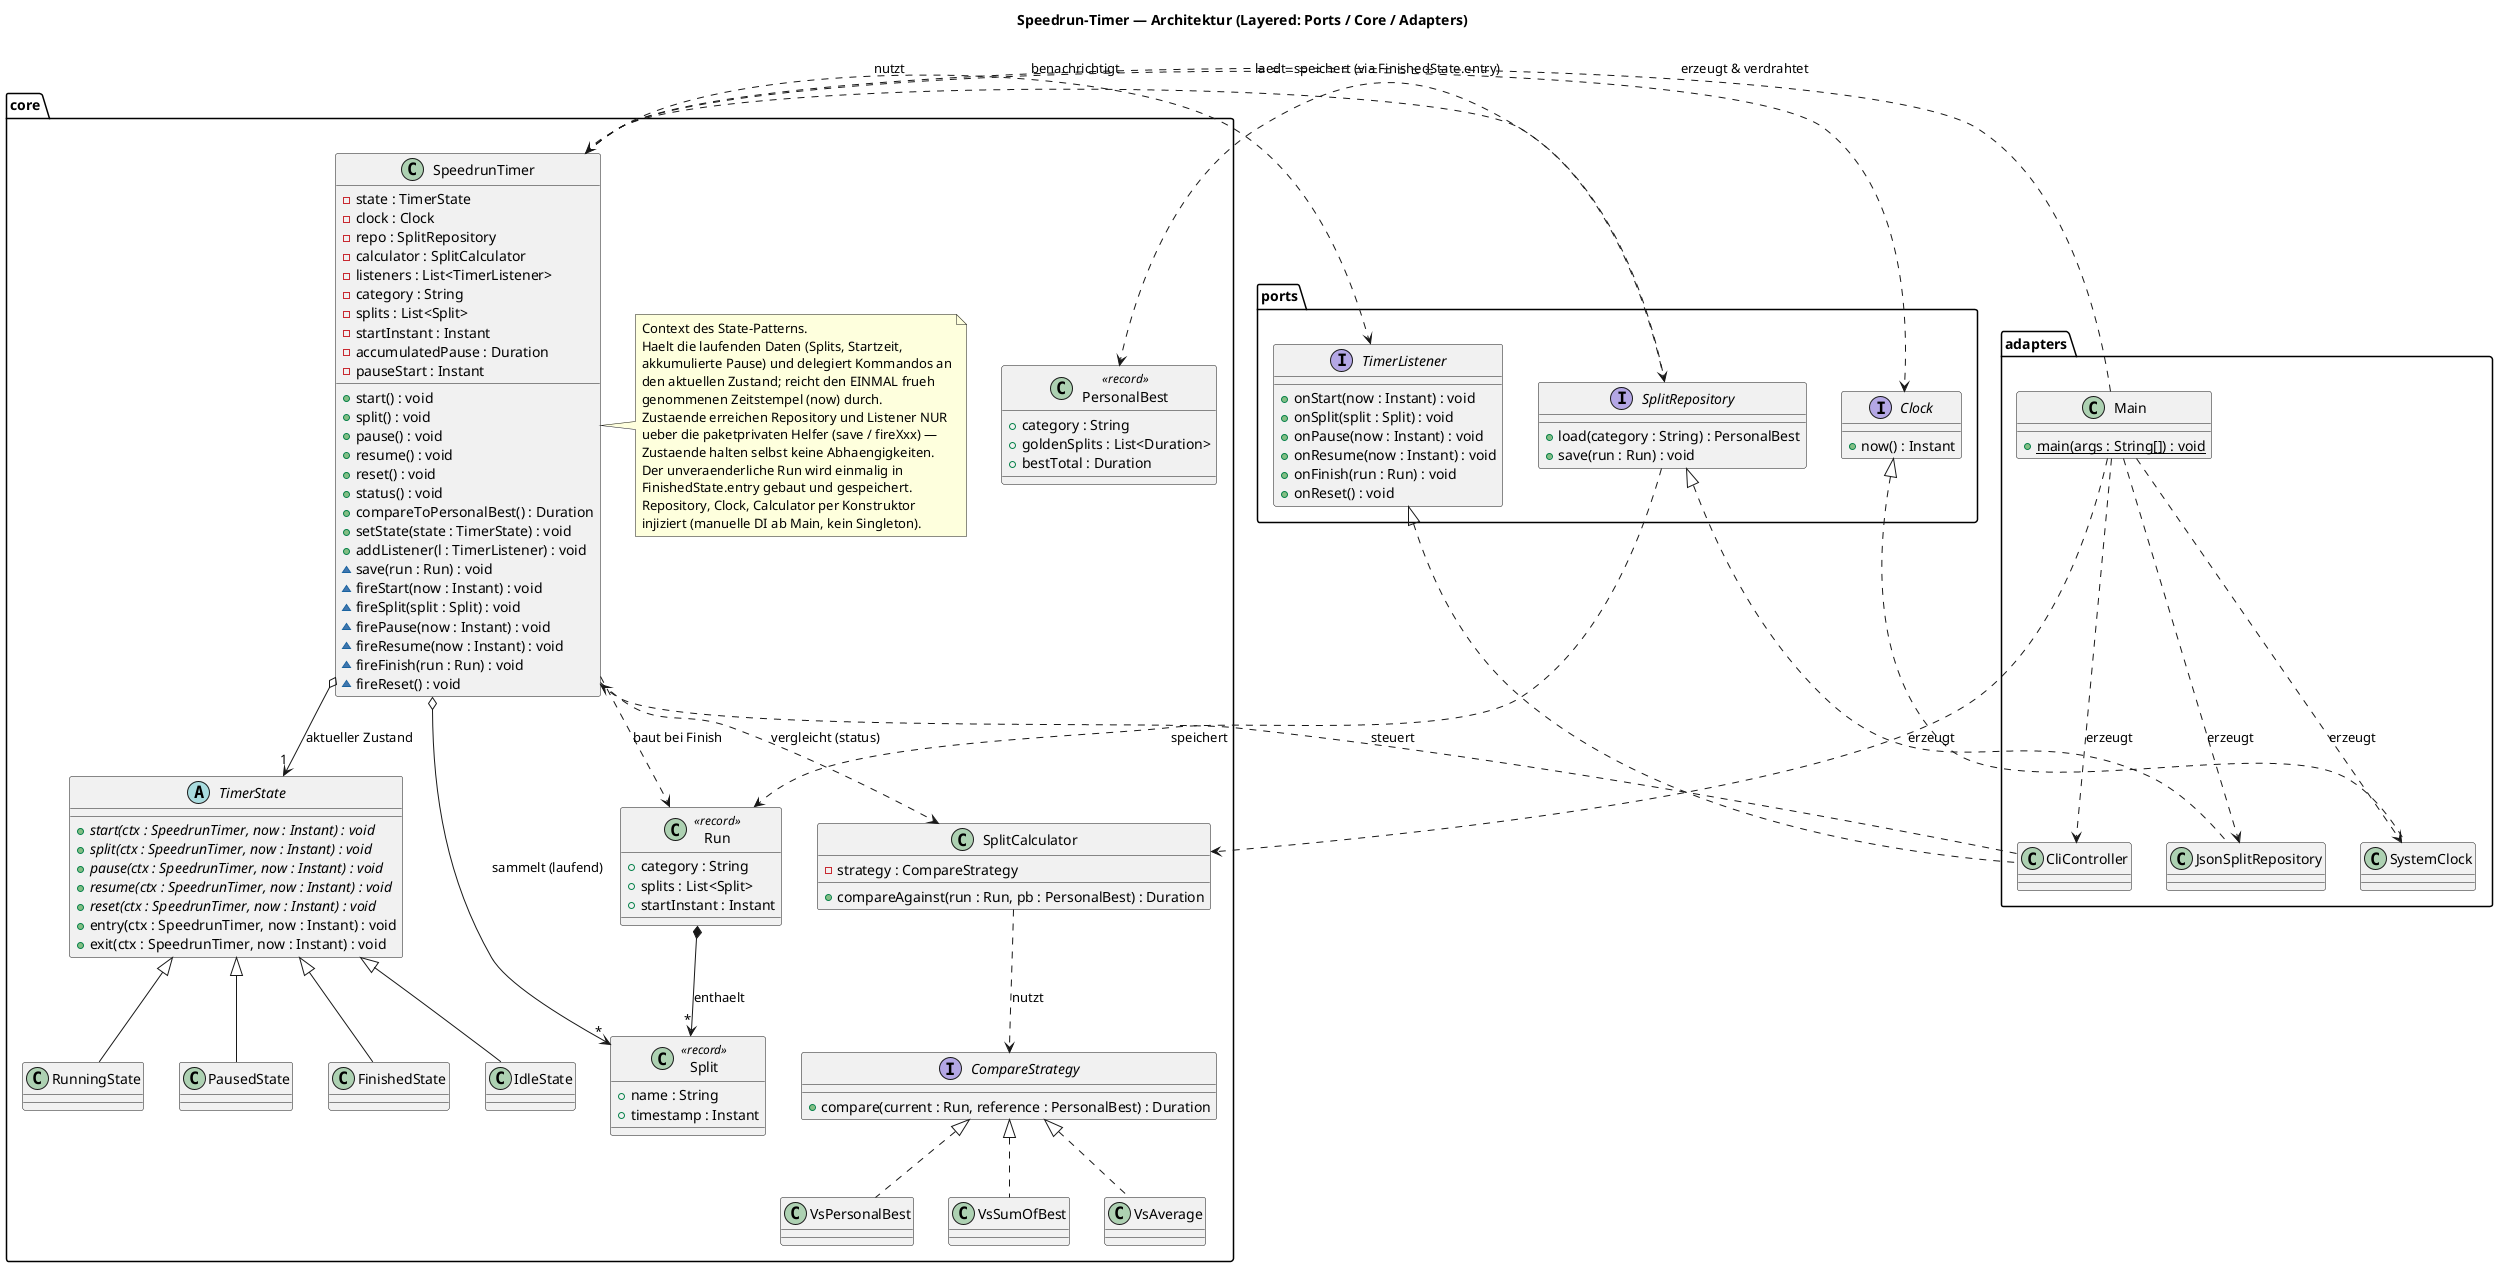
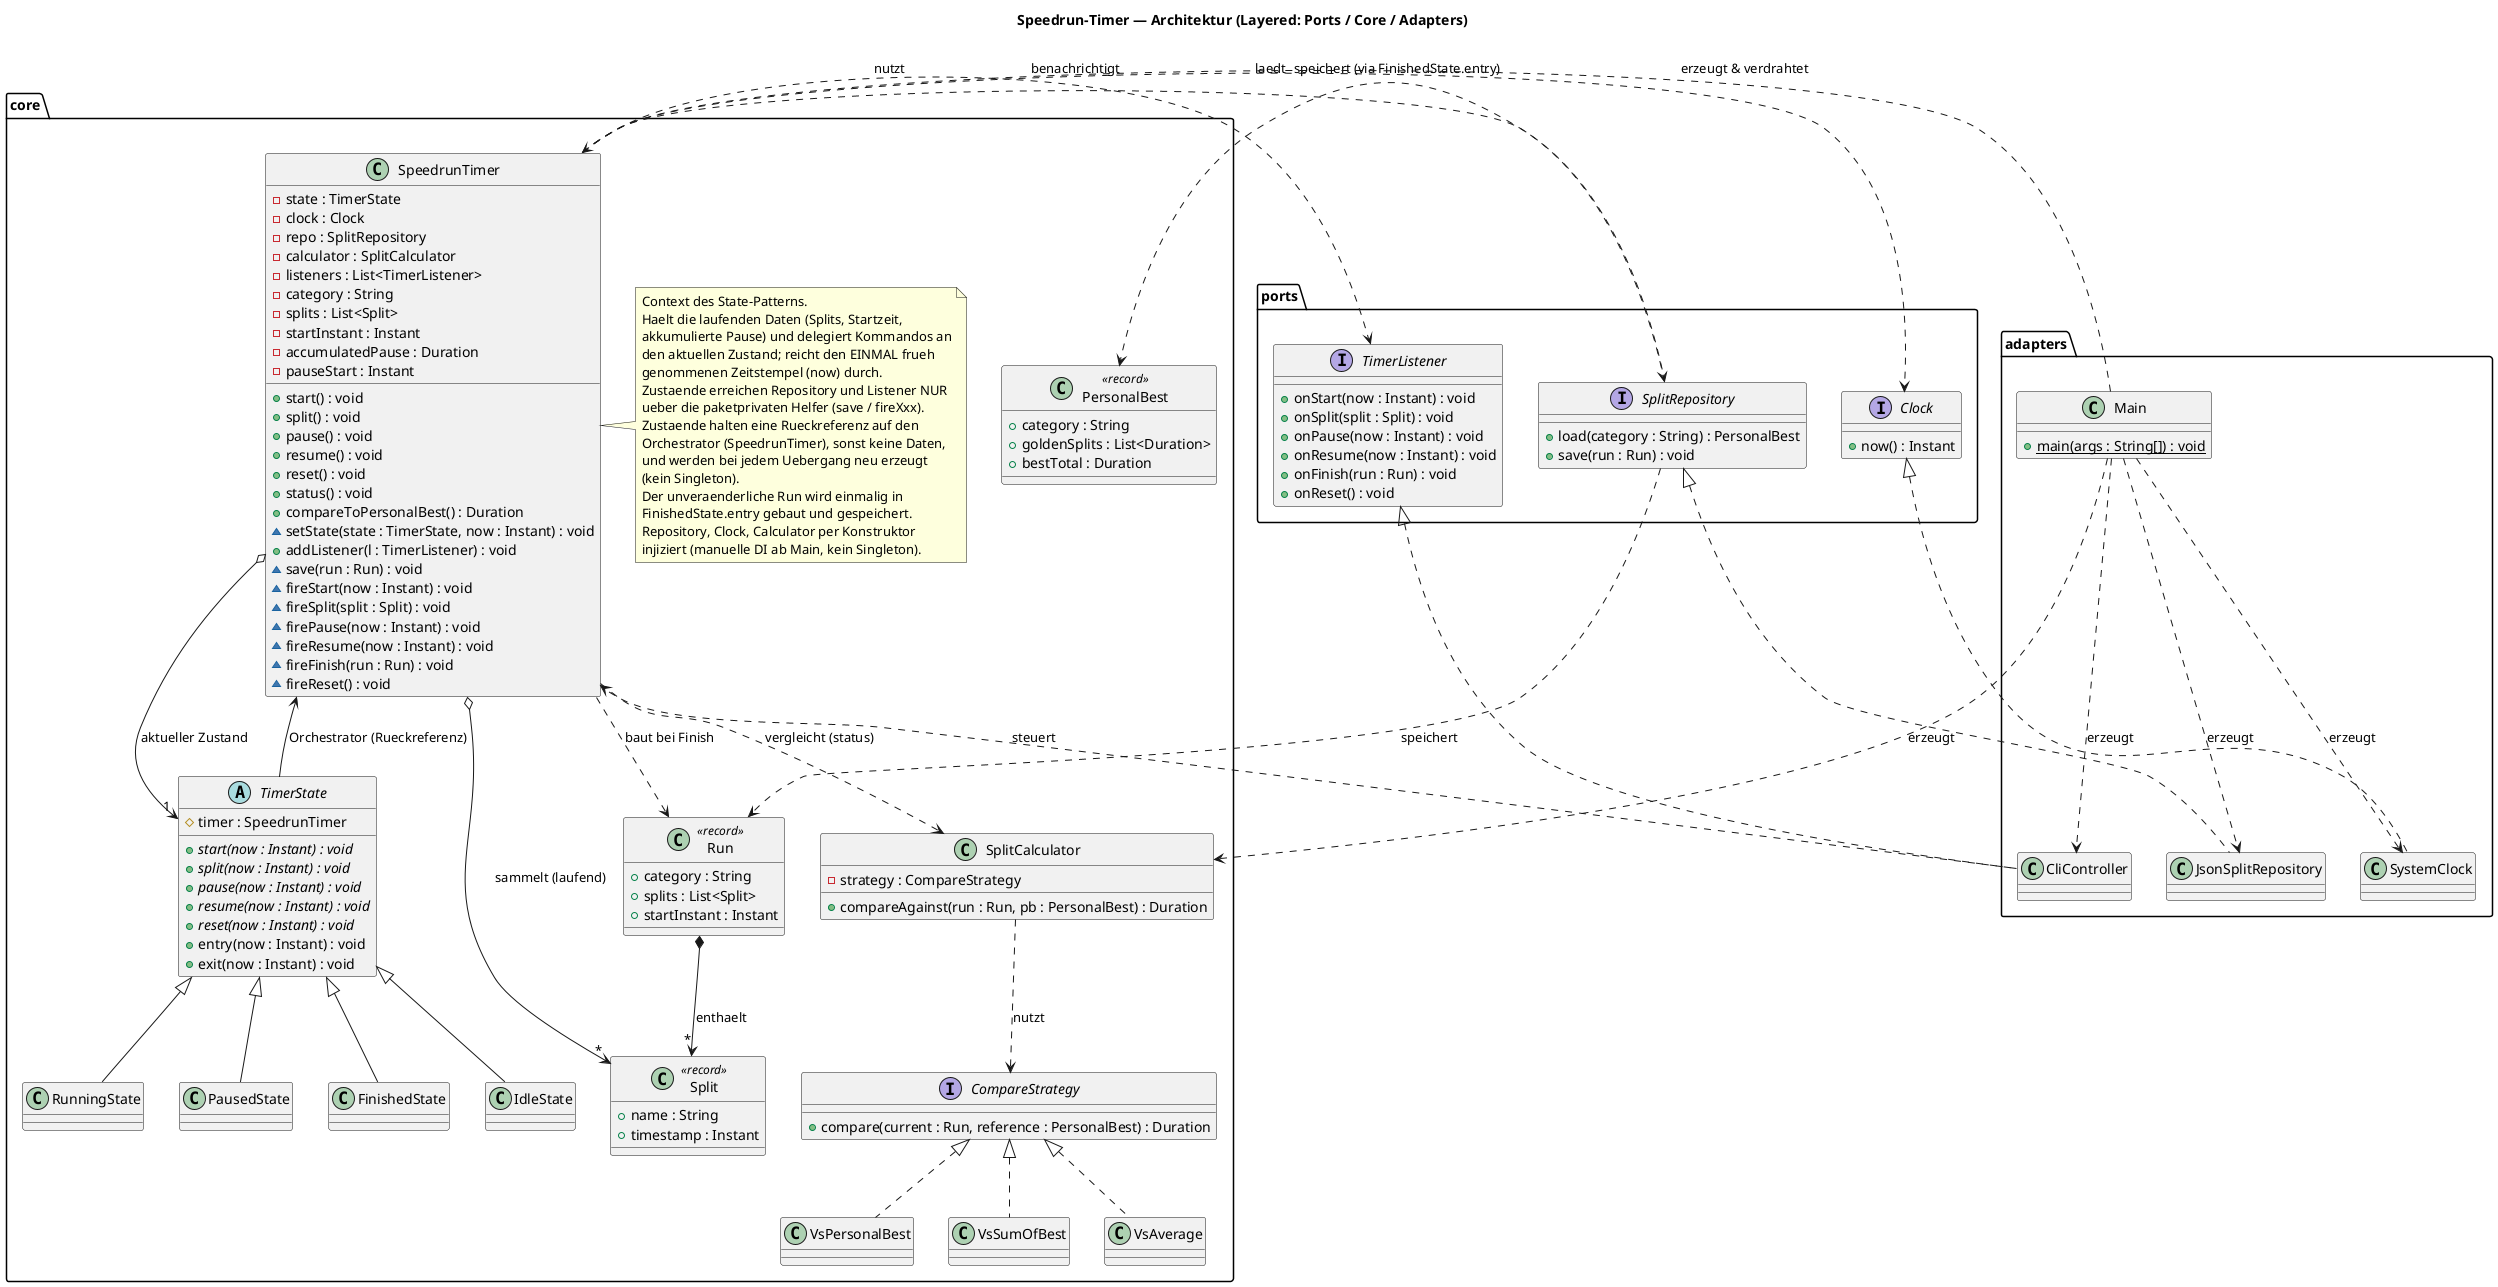
@startuml SpeedrunTimerArchitecture
title Speedrun-Timer — Architektur (Layered: Ports / Core / Adapters)

' Layer: dependencies point inward only — Adapters --> Ports <-- Core.
' CompareStrategy is NOT a port: it has no external adapter, all
' implementations are domain logic and live in the Core.

' ============ PORTS (Interfaces, vom Core besessen) ============
package ports {
  interface Clock {
    + now() : Instant
  }

  interface SplitRepository {
    + load(category : String) : PersonalBest
    + save(run : Run) : void
  }

  interface TimerListener {
    + onStart(now : Instant) : void
    + onSplit(split : Split) : void
    + onPause(now : Instant) : void
    + onResume(now : Instant) : void
    + onFinish(run : Run) : void
    + onReset() : void
  }
}

' ============ CORE (Domaene + Logik, keine Abhaengigkeit nach aussen) ============
package core {

  ' ---- Context des State-Patterns ----
  class SpeedrunTimer {
    - state : TimerState
    - clock : Clock
    - repo : SplitRepository
    - calculator : SplitCalculator
    - listeners : List<TimerListener>
    - category : String
    - splits : List<Split>
    - startInstant : Instant
    - accumulatedPause : Duration
    - pauseStart : Instant
    + start() : void
    + split() : void
    + pause() : void
    + resume() : void
    + reset() : void
    + status() : void
    + compareToPersonalBest() : Duration
-     + setState(state : TimerState) : void
+     ~ setState(state : TimerState, now : Instant) : void
    + addListener(l : TimerListener) : void
    ~ save(run : Run) : void
    ~ fireStart(now : Instant) : void
    ~ fireSplit(split : Split) : void
    ~ firePause(now : Instant) : void
    ~ fireResume(now : Instant) : void
    ~ fireFinish(run : Run) : void
    ~ fireReset() : void
  }

  note right of SpeedrunTimer
    Context des State-Patterns.
    Haelt die laufenden Daten (Splits, Startzeit,
    akkumulierte Pause) und delegiert Kommandos an
    den aktuellen Zustand; reicht den EINMAL frueh
    genommenen Zeitstempel (now) durch.
    Zustaende erreichen Repository und Listener NUR
-     ueber die paketprivaten Helfer (save / fireXxx) —
-     Zustaende halten selbst keine Abhaengigkeiten.
+     ueber die paketprivaten Helfer (save / fireXxx).
+     Zustaende halten eine Rueckreferenz auf den
+     Orchestrator (SpeedrunTimer), sonst keine Daten,
+     und werden bei jedem Uebergang neu erzeugt
+     (kein Singleton).
    Der unveraenderliche Run wird einmalig in
    FinishedState.entry gebaut und gespeichert.
    Repository, Clock, Calculator per Konstruktor
    injiziert (manuelle DI ab Main, kein Singleton).
  end note

  ' ---- State-Pattern ----
  abstract class TimerState {
-     + {abstract} start(ctx : SpeedrunTimer, now : Instant) : void
-     + {abstract} split(ctx : SpeedrunTimer, now : Instant) : void
-     + {abstract} pause(ctx : SpeedrunTimer, now : Instant) : void
-     + {abstract} resume(ctx : SpeedrunTimer, now : Instant) : void
-     + {abstract} reset(ctx : SpeedrunTimer, now : Instant) : void
-     + entry(ctx : SpeedrunTimer, now : Instant) : void
-     + exit(ctx : SpeedrunTimer, now : Instant) : void
+     # timer : SpeedrunTimer
+     + {abstract} start(now : Instant) : void
+     + {abstract} split(now : Instant) : void
+     + {abstract} pause(now : Instant) : void
+     + {abstract} resume(now : Instant) : void
+     + {abstract} reset(now : Instant) : void
+     + entry(now : Instant) : void
+     + exit(now : Instant) : void
  }

  class IdleState {
    ' start -> RunningState; sonst IllegalStateException
  }
  class RunningState {
    ' split, pause -> Paused, reset; entry: Startzeit merken
  }
  class PausedState {
    ' resume -> Running, reset; sonst IllegalStateException
  }
  class FinishedState {
    ' nur reset; entry: Run bauen + ueber ctx.save speichern
  }

  TimerState <|-- IdleState
  TimerState <|-- RunningState
  TimerState <|-- PausedState
  TimerState <|-- FinishedState

  ' ---- Strategy-Pattern (Domaenen-Policy, kein Port) ----
  class SplitCalculator {
    - strategy : CompareStrategy
    + compareAgainst(run : Run, pb : PersonalBest) : Duration
  }

  interface CompareStrategy {
    + compare(current : Run, reference : PersonalBest) : Duration
  }

  class VsPersonalBest
  class VsSumOfBest
  class VsAverage

  CompareStrategy <|.. VsPersonalBest
  CompareStrategy <|.. VsSumOfBest
  CompareStrategy <|.. VsAverage

  ' ---- Domain (Records, immutable) ----
  class Split <<record>> {
    + name : String
    + timestamp : Instant
  }
  class Run <<record>> {
    + category : String
    + splits : List<Split>
    + startInstant : Instant
  }
  class PersonalBest <<record>> {
    + category : String
    + goldenSplits : List<Duration>
    + bestTotal : Duration
  }
}

' ============ ADAPTERS (haengen nach innen von den Ports ab) ============
package adapters {
  class JsonSplitRepository {
    ' Gson-Implementierung von SplitRepository
  }
  class SystemClock {
    ' Instant.now()
  }
  class CliController {
    ' liest Kommandos, ruft SpeedrunTimer auf,
    ' implementiert TimerListener fuer die Ausgabe
  }
  class Main {
    ' Composition Root: erzeugt SystemClock,
    ' JsonSplitRepository, SplitCalculator, SpeedrunTimer,
    ' CliController und verdrahtet sie (manuelle DI)
    + {static} main(args : String[]) : void
  }
}

' ============ BEZIEHUNGEN ============
SpeedrunTimer o--> "1" TimerState : aktueller Zustand
+ TimerState --> SpeedrunTimer : Orchestrator (Rueckreferenz)
SpeedrunTimer ..> Clock : nutzt
SpeedrunTimer ..> TimerListener : benachrichtigt
SpeedrunTimer ..> SplitRepository : speichert (via FinishedState.entry)
SpeedrunTimer ..> SplitCalculator : vergleicht (status)
SpeedrunTimer o--> "*" Split : sammelt (laufend)
SpeedrunTimer ..> Run : baut bei Finish

SplitCalculator ..> CompareStrategy : nutzt

SplitRepository ..> Run : speichert
SplitRepository ..> PersonalBest : laedt
Run *--> "*" Split : enthaelt

SplitRepository <|.. JsonSplitRepository
Clock <|.. SystemClock
TimerListener <|.. CliController
CliController ..> SpeedrunTimer : steuert

Main ..> SpeedrunTimer : erzeugt & verdrahtet
Main ..> JsonSplitRepository : erzeugt
Main ..> SystemClock : erzeugt
Main ..> SplitCalculator : erzeugt
Main ..> CliController : erzeugt

@enduml
